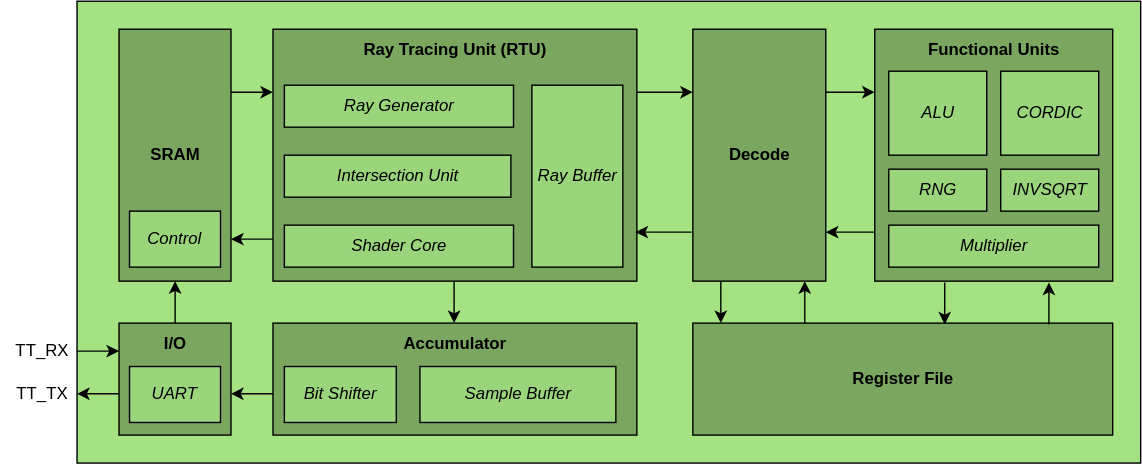
The draw.io diagram docs/TT_BlockDiagram.svg in UW-ASIC/TinyTracer, before a commit. Source tidied: cells renumbered, new cells last; positions are measured from the earlier drawing's top-left corner, leaving out a move shared by most shapes.
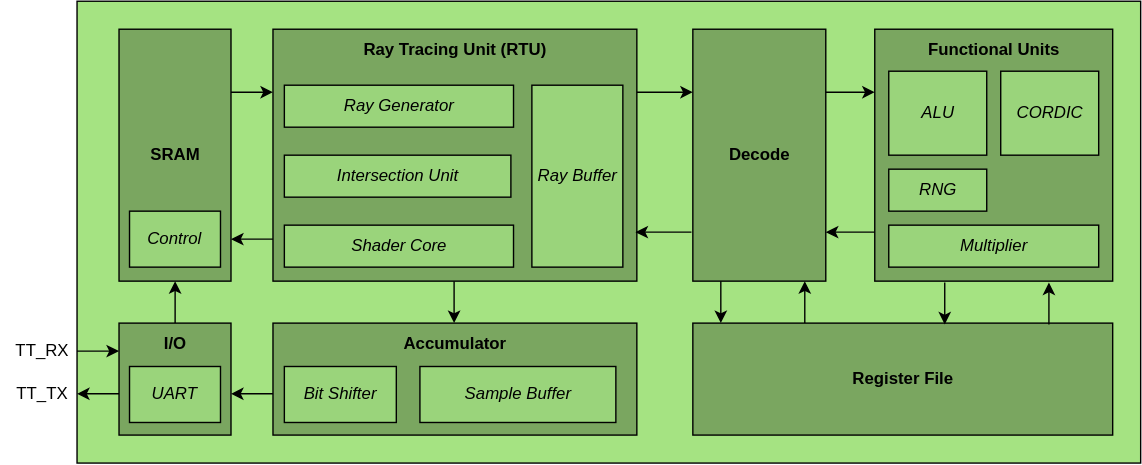
Above is the later version.

What changed in the source:
```diff
@@ -168,8 +168,5 @@
         <mxPoint x="575" y="200" as="targetPoint" />
       </mxGeometry>
     </mxCell>
-    <mxCell id="44" value="&lt;i&gt;INVSQRT&lt;/i&gt;" style="rounded=0;whiteSpace=wrap;html=1;fillColor=#9AD47B;" parent="1" vertex="1">
-      <mxGeometry x="715" y="120" width="70" height="30" as="geometry" />
-    </mxCell>
   </root>
 </mxGraphModel>
```
